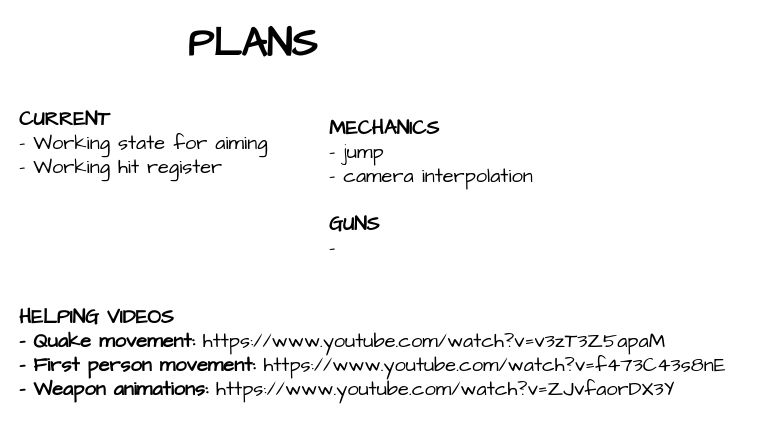
This is plans.drawio from HasChad/bevy-shooting-range, a draw.io file, before an edit. Source tidied: cells renumbered, new cells numbered last; positions are measured from the earlier drawing's top-left corner, leaving out a move shared by most shapes. Both pictures are drawn from the tidied source at 100%, with x=0, y=0 at pixel (17, 17).
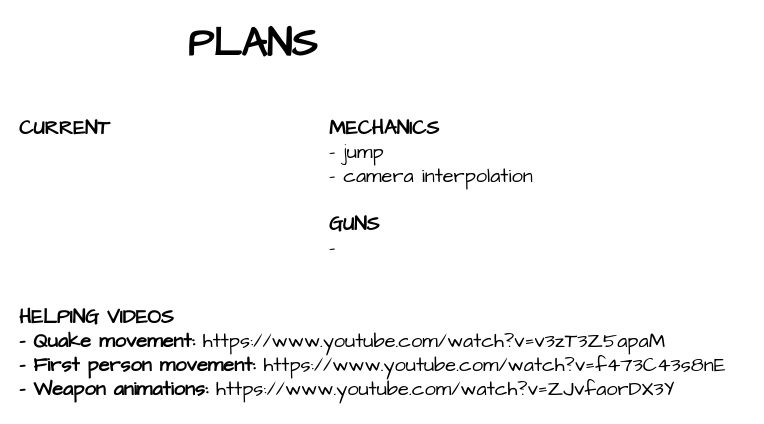
After the change.

Commit message (it also covers changes not shown here):
- hit register is working now

Diff of the diagram source:
```diff
@@
 <mxGraphModel>
   <root>
     <mxCell id="0" />
     <mxCell id="1" parent="0" />
     <mxCell id="2" value="&lt;b&gt;MECHANICS&lt;/b&gt;&lt;br&gt;- jump&lt;br&gt;- camera interpolation&lt;br&gt;&lt;br&gt;&lt;b&gt;GUNS&lt;/b&gt;&lt;br&gt;-" style="text;html=1;align=left;verticalAlign=middle;strokeColor=none;fillColor=none;fontSize=20;fontFamily=Architects Daughter;sketch=1;hachureGap=4;jiggle=2;curveFitting=1;" parent="1" vertex="1">
       <mxGeometry x="310" y="90" width="230" height="160" as="geometry" />
     </mxCell>
-    <mxCell id="3" value="&lt;b&gt;CURRENT&lt;/b&gt;&lt;br&gt;- Working state for aiming&lt;br&gt;- Working hit register&lt;br&gt;" style="text;html=1;align=left;verticalAlign=middle;strokeColor=none;fillColor=none;fontSize=20;fontFamily=Architects Daughter;sketch=1;hachureGap=4;jiggle=2;curveFitting=1;" parent="1" vertex="1">
-      <mxGeometry y="80" width="270" height="90" as="geometry" />
+    <mxCell id="3" value="&lt;b&gt;CURRENT&lt;/b&gt;&lt;br&gt;" style="text;html=1;align=left;verticalAlign=middle;strokeColor=none;fillColor=none;fontSize=20;fontFamily=Architects Daughter;sketch=1;hachureGap=4;jiggle=2;curveFitting=1;" parent="1" vertex="1">
+      <mxGeometry y="90" width="110" height="40" as="geometry" />
     </mxCell>
     <mxCell id="4" value="&lt;p style=&quot;line-height: 0%;&quot;&gt;&lt;b style=&quot;&quot;&gt;&lt;font style=&quot;font-size: 40px;&quot;&gt;PLANS&lt;/font&gt;&lt;/b&gt;&lt;/p&gt;" style="text;html=1;align=center;verticalAlign=middle;strokeColor=none;fillColor=none;fontSize=20;fontFamily=Architects Daughter;sketch=1;hachureGap=4;jiggle=2;curveFitting=1;" parent="1" vertex="1">
       <mxGeometry x="160" width="150" height="60" as="geometry" />
     </mxCell>
     <mxCell id="5" value="&lt;b&gt;HELPING VIDEOS&lt;br&gt;&lt;/b&gt;&lt;span style=&quot;background-color: initial;&quot;&gt;&lt;b&gt;- Quake movement:&lt;/b&gt; https://www.youtube.com/watch?v=v3zT3Z5apaM&lt;/span&gt;&lt;b&gt;&lt;br&gt;- First person movement:&amp;nbsp;&lt;/b&gt;https://www.youtube.com/watch?v=f473C43s8nE&lt;br&gt;&lt;b&gt;- Weapon animations:&lt;/b&gt; https://www.youtube.com/watch?v=ZJvfaorDX3Y" style="text;html=1;align=left;verticalAlign=middle;strokeColor=none;fillColor=none;fontSize=20;fontFamily=Architects Daughter;sketch=1;hachureGap=4;jiggle=2;curveFitting=1;" parent="1" vertex="1">
       <mxGeometry y="280" width="730" height="110" as="geometry" />
     </mxCell>
   </root>
 </mxGraphModel>
```
